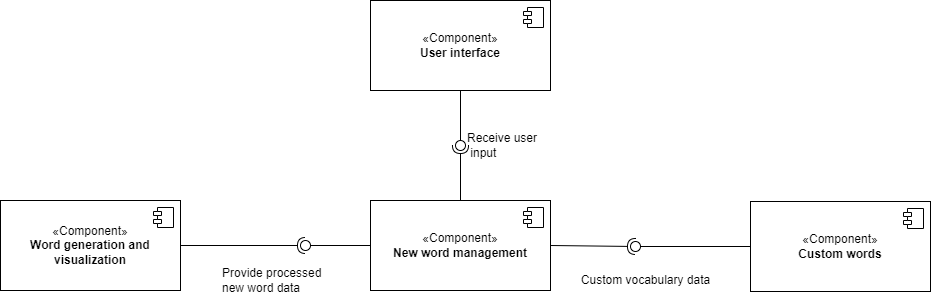
Before: component.drawio.png, a diagram exported from draw.io (xiangxiang3451/blog_pictures). Source tidied: cells renumbered, new cells last; positions are measured from the earlier drawing's top-left corner, leaving out a move shared by most shapes.
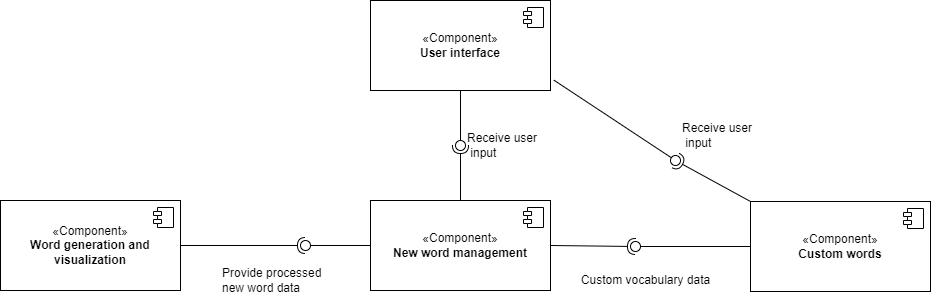
Above is the later version.

Diff of the diagram source:
```diff
@@ -70,5 +70,17 @@
     <mxCell id="21" value="Custom vocabulary data" style="text;html=1;align=center;verticalAlign=middle;strokeColor=none;fillColor=none;" parent="1" vertex="1">
       <mxGeometry x="570" y="265" width="150" height="30" as="geometry" />
     </mxCell>
+    <mxCell id="22" style="rounded=0;jettySize=auto;html=1;endArrow=halfCircle;endFill=0;endSize=6;strokeWidth=1;sketch=0;exitX=0;exitY=0;exitDx=0;exitDy=0;" parent="1" edge="1" source="6" target="24">
+      <mxGeometry relative="1" as="geometry" />
+    </mxCell>
+    <mxCell id="23" style="rounded=0;jettySize=auto;html=1;endArrow=oval;endFill=0;sketch=0;sourcePerimeterSpacing=0;targetPerimeterSpacing=0;endSize=10;exitX=1.019;exitY=0.885;exitDx=0;exitDy=0;exitPerimeter=0;" parent="1" edge="1" source="2" target="24">
+      <mxGeometry relative="1" as="geometry" />
+    </mxCell>
+    <mxCell id="24" style="ellipse;whiteSpace=wrap;html=1;align=center;fillColor=none;strokeColor=none;perimeter=centerPerimeter;points=[];outlineConnect=1;" parent="1" vertex="1">
+      <mxGeometry x="670" y="155" width="10" height="10" as="geometry" />
+    </mxCell>
+    <mxCell id="25" value="Receive user&lt;br&gt;&amp;nbsp;input" style="text;html=1;align=left;verticalAlign=middle;strokeColor=none;fillColor=none;" parent="1" vertex="1">
+      <mxGeometry x="680" y="115" width="90" height="40" as="geometry" />
+    </mxCell>
   </root>
 </mxGraphModel>
```
